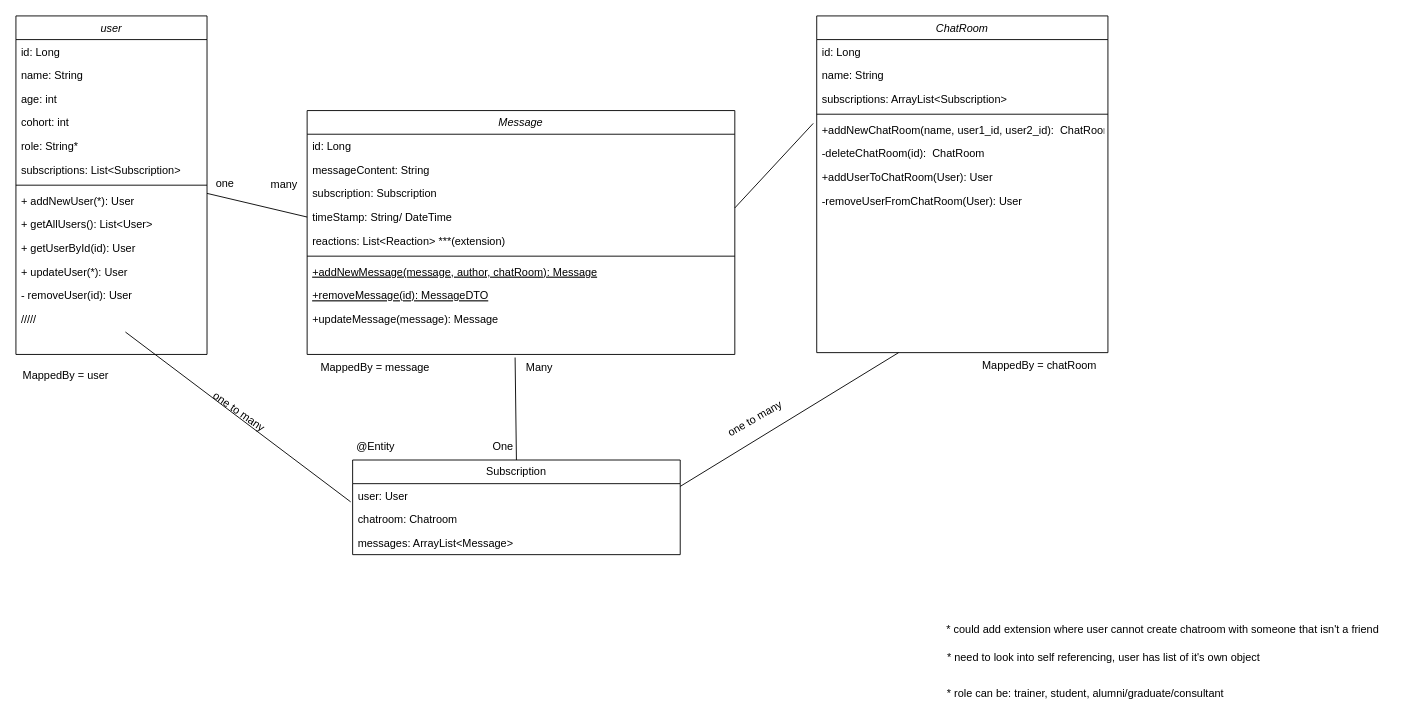
This is ProjectClassDiagram.drawio from anniewils97/TheBrightNetwork, a draw.io file, before an edit. Source tidied: cells renumbered, new cells numbered last; positions are measured from the earlier drawing's top-left corner, leaving out a move shared by most shapes. Both pictures are drawn from the tidied source at 91%, with x=0, y=0 at pixel (15, 15).
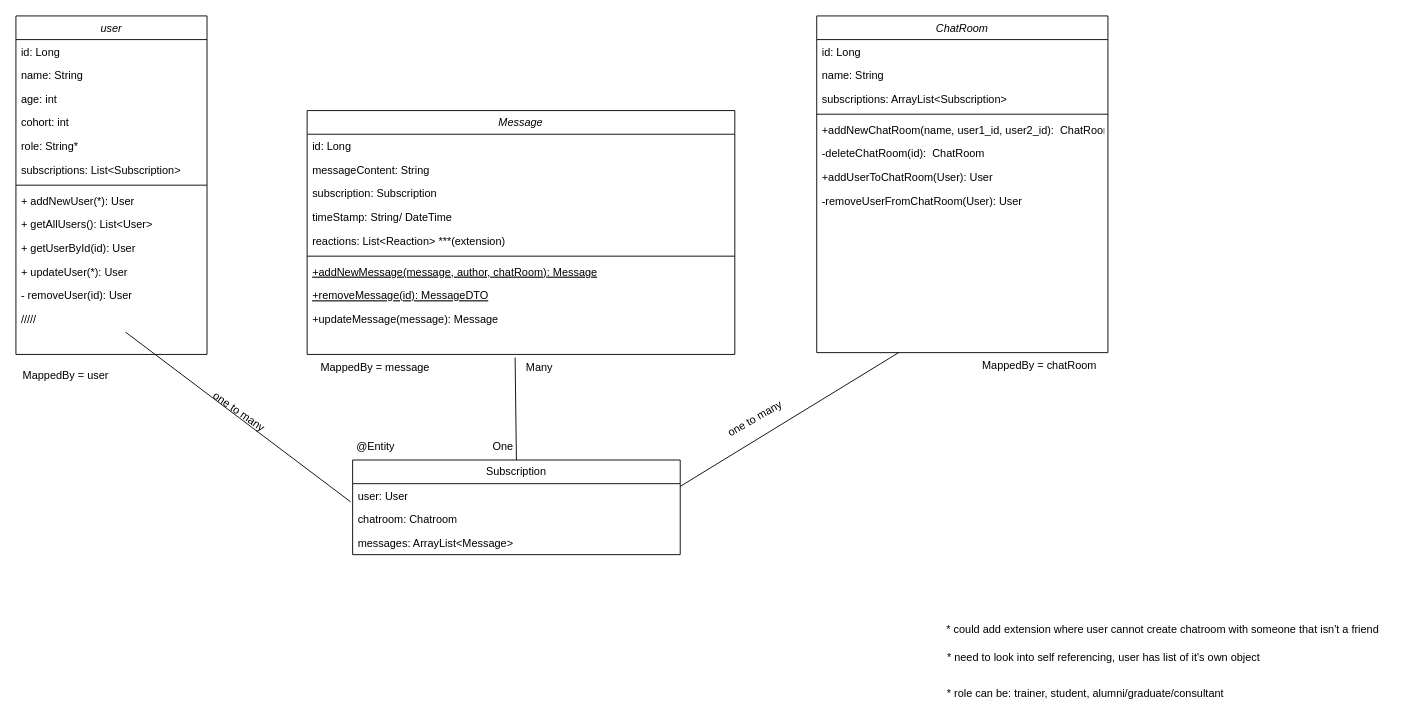
Above is the later version.

The change refers to these unchanged cells:
```xml
<mxCell id="31" value="+addNewChatRoom(name, user1_id, user2_id):  ChatRoom" style="text;align=left;verticalAlign=top;spacingLeft=4;spacingRight=4;overflow=hidden;points=[[0,0.5],[1,0.5]];portConstraint=eastwest;" parent="26" vertex="1">
  <mxGeometry y="112" width="320" height="26" as="geometry" />
</mxCell>
```

The edit, as a diff of the source:
```diff
@@
-    <mxCell id="35" value="one" style="text;html=1;strokeColor=none;fillColor=none;align=center;verticalAlign=middle;whiteSpace=wrap;rounded=0;" parent="1" vertex="1">
-      <mxGeometry x="200" y="170" width="60" height="30" as="geometry" />
-    </mxCell>
-    <mxCell id="36" value="many" style="text;html=1;strokeColor=none;fillColor=none;align=center;verticalAlign=middle;whiteSpace=wrap;rounded=0;" parent="1" vertex="1">
-      <mxGeometry x="270" y="171" width="50" height="30" as="geometry" />
-    </mxCell>
-    <mxCell id="37" style="endArrow=none;html=1;rounded=0;entryX=0;entryY=0.5;entryDx=0;entryDy=0;exitX=1;exitY=0.5;exitDx=0;exitDy=0;" parent="1" edge="1">
-      <mxGeometry relative="1" as="geometry">
-        <mxPoint x="210" y="195" as="sourcePoint" />
-        <mxPoint x="320" y="221" as="targetPoint" />
-      </mxGeometry>
-    </mxCell>
-    <mxCell id="38" style="endArrow=none;html=1;rounded=0;entryX=-0.012;entryY=0.235;entryDx=0;entryDy=0;entryPerimeter=0;" parent="1" edge="1" target="31">
-      <mxGeometry relative="1" as="geometry">
-        <mxPoint x="790" y="211" as="sourcePoint" />
-      </mxGeometry>
-    </mxCell>
```
